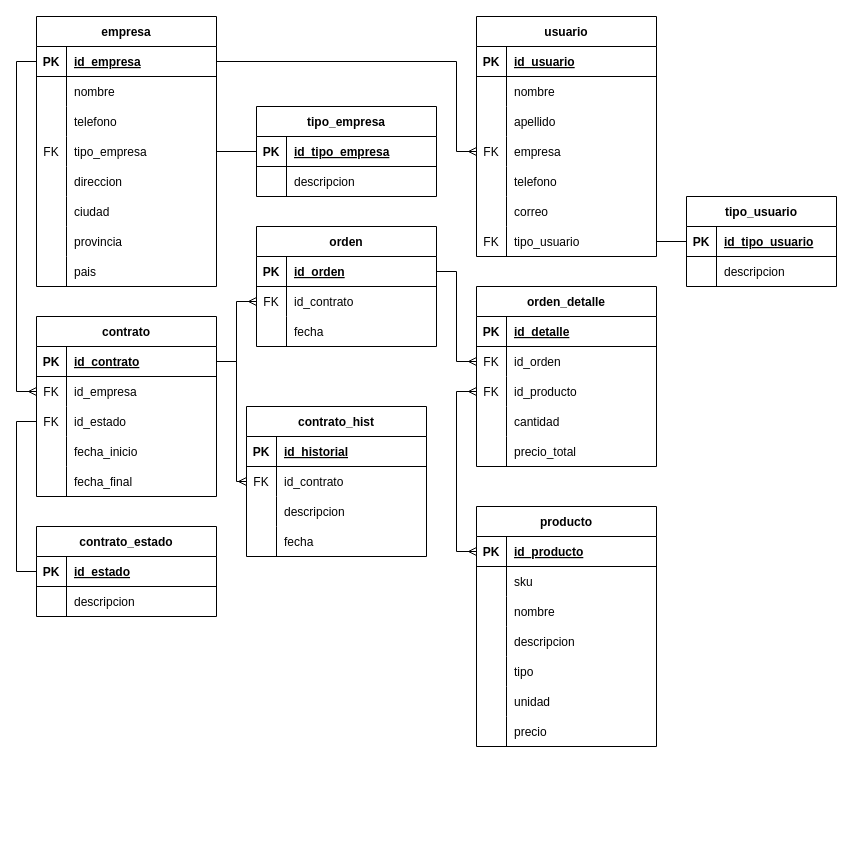
This is scg_main_db.drawio from ismgonza/scg, a draw.io file, before an edit. Source tidied: cells renumbered, new cells numbered last; positions are measured from the earlier drawing's top-left corner, leaving out a move shared by most shapes. Both pictures are drawn from the tidied source at 100%, with x=0, y=0 at pixel (36, 16).
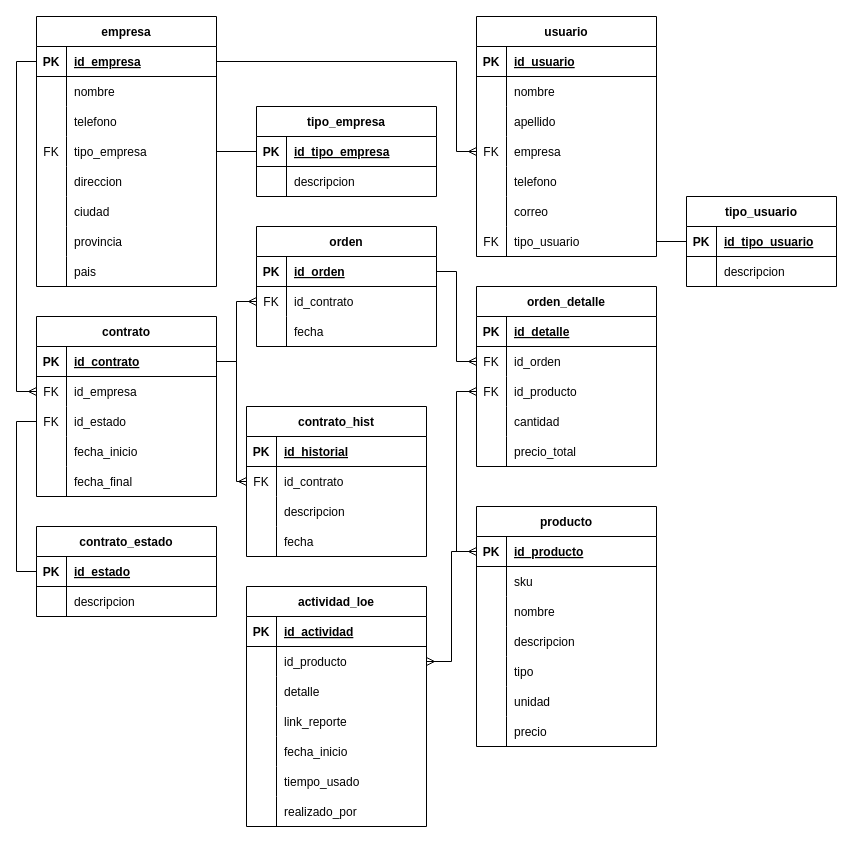
After the change.

Commit message:
added tabla actividad_loe

The change refers to these unchanged cells:
```xml
<mxCell id="66" style="shape=tableRow;horizontal=0;startSize=0;swimlaneHead=0;swimlaneBody=0;fillColor=none;points=[[0,0.5],[1,0.5]];portConstraint=eastwest;top=0;left=0;right=0;bottom=1;" parent="65" vertex="1">
  <mxGeometry y="30" width="180" height="30" as="geometry" />
</mxCell>
```

The edit, as a diff of the source:
```diff
@@
+    <mxCell id="156" value="actividad_loe" style="shape=table;startSize=30;childLayout=tableLayout;rowLines=0;fontStyle=1;align=center;" parent="1" vertex="1">
+      <mxGeometry x="210" y="570" width="180" height="240" as="geometry" />
+    </mxCell>
+    <mxCell id="157" style="shape=tableRow;horizontal=0;startSize=0;swimlaneHead=0;swimlaneBody=0;fillColor=none;top=0;left=0;right=0;bottom=1;" parent="156" vertex="1">
+      <mxGeometry y="30" width="180" height="30" as="geometry" />
+    </mxCell>
+    <mxCell id="158" value="PK" style="shape=partialRectangle;fillColor=none;top=0;left=0;bottom=0;right=0;fontStyle=1;overflow=hidden;" parent="157" vertex="1">
+      <mxGeometry width="30" height="30" as="geometry" />
+    </mxCell>
+    <mxCell id="159" value="id_actividad" style="shape=partialRectangle;fillColor=none;top=0;left=0;bottom=0;right=0;align=left;spacingLeft=6;fontStyle=5;overflow=hidden;" parent="157" vertex="1">
+      <mxGeometry x="30" width="150" height="30" as="geometry" />
+    </mxCell>
+    <mxCell id="160" style="shape=tableRow;horizontal=0;startSize=0;swimlaneHead=0;swimlaneBody=0;fillColor=none;points=[[0,0.5],[1,0.5]];portConstraint=eastwest;top=0;left=0;right=0;bottom=0;" parent="156" vertex="1">
+      <mxGeometry y="60" width="180" height="30" as="geometry" />
+    </mxCell>
+    <mxCell id="161" style="shape=partialRectangle;fillColor=none;top=0;left=0;bottom=0;right=0;overflow=hidden;" parent="160" vertex="1">
+      <mxGeometry width="30" height="30" as="geometry" />
+    </mxCell>
+    <mxCell id="162" value="id_producto" style="shape=partialRectangle;fillColor=none;top=0;left=0;bottom=0;right=0;align=left;spacingLeft=6;overflow=hidden;" parent="160" vertex="1">
+      <mxGeometry x="30" width="150" height="30" as="geometry" />
+    </mxCell>
+    <mxCell id="163" style="shape=tableRow;horizontal=0;startSize=0;swimlaneHead=0;swimlaneBody=0;fillColor=none;top=0;left=0;right=0;bottom=0;" parent="156" vertex="1">
+      <mxGeometry y="90" width="180" height="30" as="geometry" />
+    </mxCell>
+    <mxCell id="164" style="shape=partialRectangle;fillColor=none;top=0;left=0;bottom=0;right=0;overflow=hidden;" parent="163" vertex="1">
+      <mxGeometry width="30" height="30" as="geometry" />
+    </mxCell>
+    <mxCell id="165" value="detalle" style="shape=partialRectangle;fillColor=none;top=0;left=0;bottom=0;right=0;align=left;spacingLeft=6;overflow=hidden;" parent="163" vertex="1">
+      <mxGeometry x="30" width="150" height="30" as="geometry" />
+    </mxCell>
+    <mxCell id="166" style="shape=tableRow;horizontal=0;startSize=0;swimlaneHead=0;swimlaneBody=0;fillColor=none;top=0;left=0;right=0;bottom=0;" parent="156" vertex="1">
+      <mxGeometry y="120" width="180" height="30" as="geometry" />
+    </mxCell>
+    <mxCell id="167" style="shape=partialRectangle;fillColor=none;top=0;left=0;bottom=0;right=0;overflow=hidden;" parent="166" vertex="1">
+      <mxGeometry width="30" height="30" as="geometry" />
+    </mxCell>
+    <mxCell id="168" value="link_reporte" style="shape=partialRectangle;fillColor=none;top=0;left=0;bottom=0;right=0;align=left;spacingLeft=6;overflow=hidden;" parent="166" vertex="1">
+      <mxGeometry x="30" width="150" height="30" as="geometry" />
+    </mxCell>
+    <mxCell id="169" style="shape=tableRow;horizontal=0;startSize=0;swimlaneHead=0;swimlaneBody=0;fillColor=none;top=0;left=0;right=0;bottom=0;" parent="156" vertex="1">
+      <mxGeometry y="150" width="180" height="30" as="geometry" />
+    </mxCell>
+    <mxCell id="170" style="shape=partialRectangle;fillColor=none;top=0;left=0;bottom=0;right=0;overflow=hidden;" parent="169" vertex="1">
+      <mxGeometry width="30" height="30" as="geometry" />
+    </mxCell>
+    <mxCell id="171" value="fecha_inicio" style="shape=partialRectangle;fillColor=none;top=0;left=0;bottom=0;right=0;align=left;spacingLeft=6;overflow=hidden;" parent="169" vertex="1">
+      <mxGeometry x="30" width="150" height="30" as="geometry" />
+    </mxCell>
+    <mxCell id="172" style="shape=tableRow;horizontal=0;startSize=0;swimlaneHead=0;swimlaneBody=0;fillColor=none;top=0;left=0;right=0;bottom=0;" parent="156" vertex="1">
+      <mxGeometry y="180" width="180" height="30" as="geometry" />
+    </mxCell>
+    <mxCell id="173" style="shape=partialRectangle;fillColor=none;top=0;left=0;bottom=0;right=0;overflow=hidden;" parent="172" vertex="1">
+      <mxGeometry width="30" height="30" as="geometry" />
+    </mxCell>
+    <mxCell id="174" value="tiempo_usado" style="shape=partialRectangle;fillColor=none;top=0;left=0;bottom=0;right=0;align=left;spacingLeft=6;overflow=hidden;" parent="172" vertex="1">
+      <mxGeometry x="30" width="150" height="30" as="geometry" />
+    </mxCell>
+    <mxCell id="175" style="shape=tableRow;horizontal=0;startSize=0;swimlaneHead=0;swimlaneBody=0;fillColor=none;top=0;left=0;right=0;bottom=0;" parent="156" vertex="1">
+      <mxGeometry y="210" width="180" height="30" as="geometry" />
+    </mxCell>
+    <mxCell id="176" style="shape=partialRectangle;fillColor=none;top=0;left=0;bottom=0;right=0;overflow=hidden;" parent="175" vertex="1">
+      <mxGeometry width="30" height="30" as="geometry" />
+    </mxCell>
+    <mxCell id="177" value="realizado_por" style="shape=partialRectangle;fillColor=none;top=0;left=0;bottom=0;right=0;align=left;spacingLeft=6;overflow=hidden;" parent="175" vertex="1">
+      <mxGeometry x="30" width="150" height="30" as="geometry" />
+    </mxCell>
+    <mxCell id="178" style="edgeStyle=orthogonalEdgeStyle;rounded=0;jettySize=auto;html=1;exitX=1;exitY=0.5;exitDx=0;exitDy=0;entryX=0;entryY=0.5;entryDx=0;entryDy=0;startArrow=ERmany;startFill=0;endArrow=none;endFill=0;" parent="1" edge="1" source="160" target="66">
+      <mxGeometry relative="1" as="geometry" />
+    </mxCell>
```
